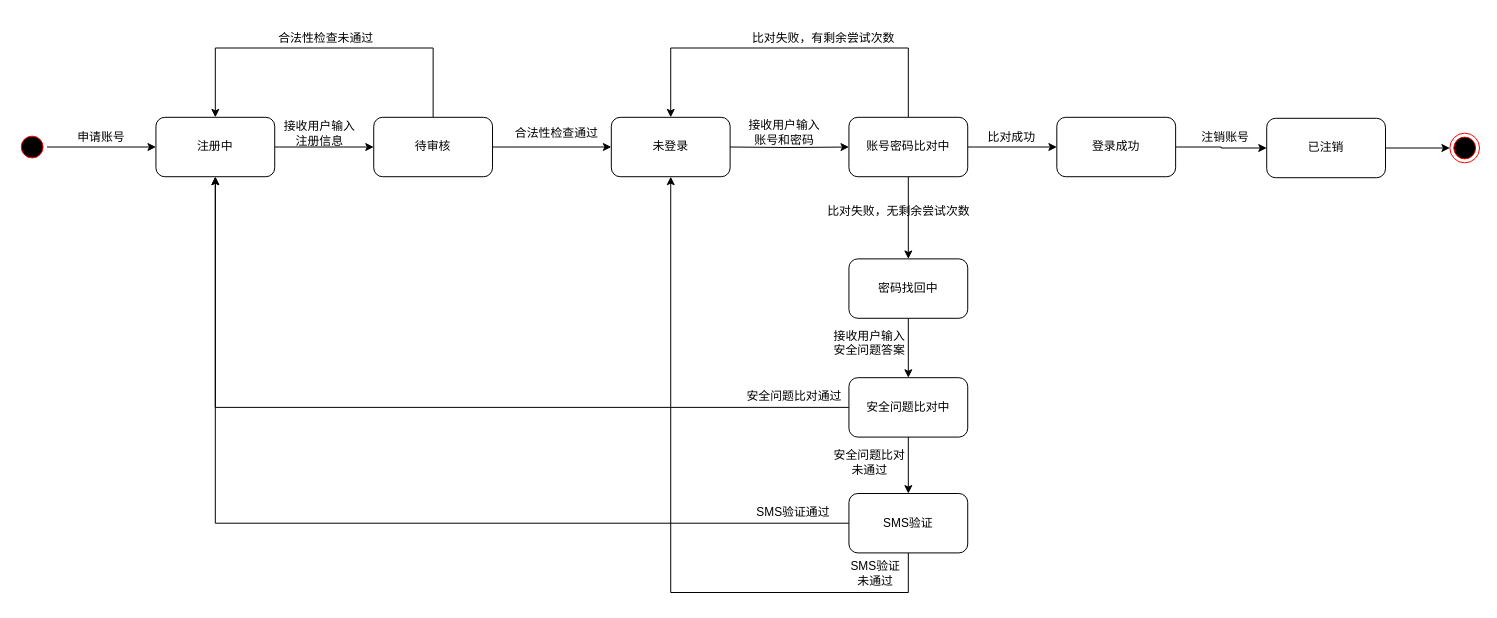
Above: Wallet状态图.drawio in PomeloLemon/SoftwareDiagrams (draw.io), before the change. Source tidied: cells renumbered, new cells numbered last; positions are measured from the earlier drawing's top-left corner, leaving out a move shared by most shapes. Both pictures are drawn from the tidied source at 99%, with x=0, y=0 at pixel (17, 23).
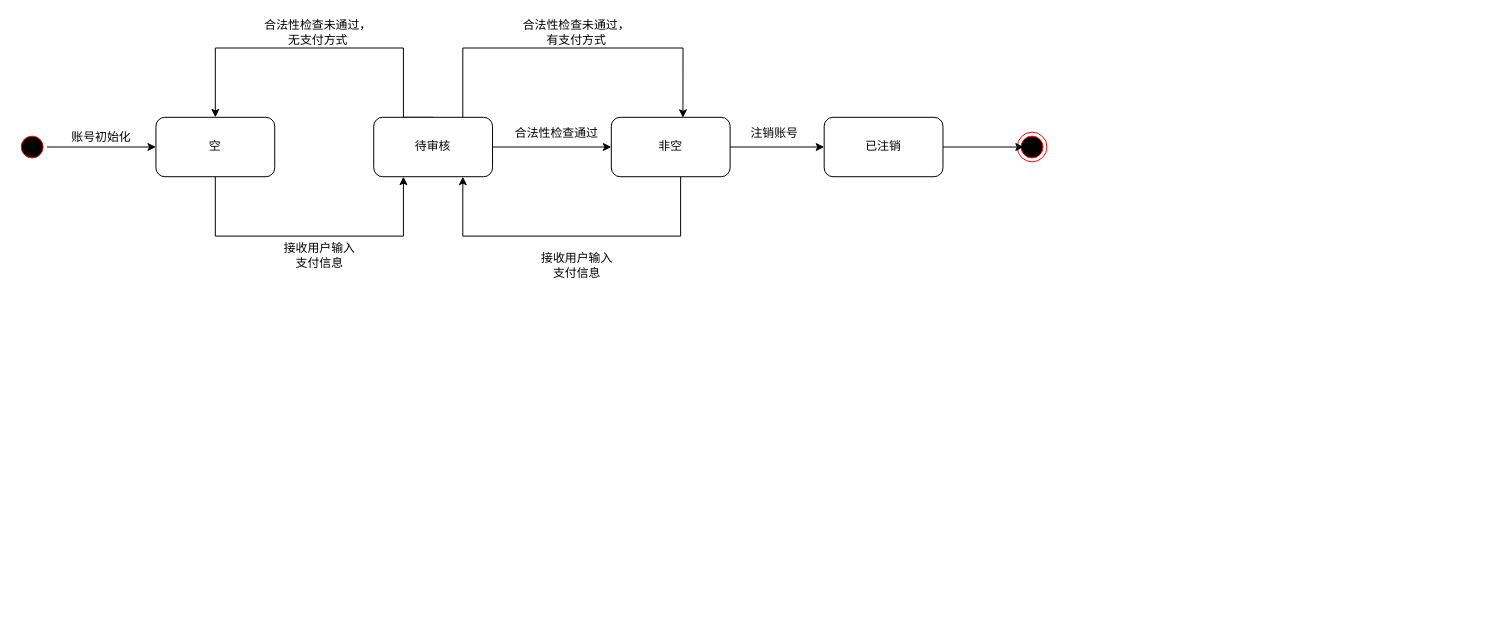
Above is the later version.

Commit message:
更新Wallet状态图.drawio

The change refers to these unchanged cells:
```xml
<mxCell id="9" value="待审核" style="rounded=1;whiteSpace=wrap;html=1;" parent="1" vertex="1">
  <mxGeometry x="360" y="95" width="120" height="60" as="geometry" />
</mxCell>
```

Change to the diagram source:
```diff
@@
-    <mxCell id="2" style="edgeStyle=orthogonalEdgeStyle;rounded=0;jettySize=auto;html=1;entryX=0;entryY=0.5;entryDx=0;entryDy=0;" parent="1" edge="1" source="3" target="9">
-      <mxGeometry relative="1" as="geometry" />
+    <mxCell id="2" style="edgeStyle=orthogonalEdgeStyle;rounded=0;jettySize=auto;html=1;entryX=0.25;entryY=1;entryDx=0;entryDy=0;" parent="1" edge="1" source="3" target="9">
+      <mxGeometry relative="1" as="geometry">
+        <Array as="points">
+          <mxPoint x="200" y="215" />
+          <mxPoint x="390" y="215" />
+        </Array>
+      </mxGeometry>
     </mxCell>
-    <mxCell id="3" value="注册中" style="rounded=1;whiteSpace=wrap;html=1;" parent="1" vertex="1">
+    <mxCell id="3" value="空" style="rounded=1;whiteSpace=wrap;html=1;" parent="1" vertex="1">
       <mxGeometry x="140" y="95" width="120" height="60" as="geometry" />
     </mxCell>
@@
-    <mxCell id="6" value="申请账号" style="text;html=1;strokeColor=none;fillColor=none;align=center;verticalAlign=middle;whiteSpace=wrap;rounded=0;" parent="1" vertex="1">
+    <mxCell id="6" value="账号初始化" style="text;html=1;strokeColor=none;fillColor=none;align=center;verticalAlign=middle;whiteSpace=wrap;rounded=0;" parent="1" vertex="1">
       <mxGeometry x="20" y="100" width="130" height="30" as="geometry" />
     </mxCell>
     <mxCell id="7" style="edgeStyle=orthogonalEdgeStyle;rounded=0;jettySize=auto;html=1;exitX=0.5;exitY=0;exitDx=0;exitDy=0;entryX=0.5;entryY=0;entryDx=0;entryDy=0;" parent="1" edge="1" source="9" target="3">
       <mxGeometry relative="1" as="geometry">
         <Array as="points">
-          <mxPoint x="420" y="25" />
+          <mxPoint x="390" y="95" />
+          <mxPoint x="390" y="25" />
           <mxPoint x="200" y="25" />
         </Array>
       </mxGeometry>
     </mxCell>
@@
-    <mxCell id="10" value="接收用户输入&lt;br&gt;注册信息" style="text;html=1;align=center;verticalAlign=middle;strokeColor=none;fillColor=none;" parent="1" vertex="1">
-      <mxGeometry x="255" y="91" width="100" height="40" as="geometry" />
+    <mxCell id="10" value="接收用户输入&lt;br&gt;支付信息" style="text;html=1;align=center;verticalAlign=middle;strokeColor=none;fillColor=none;" parent="1" vertex="1">
+      <mxGeometry x="255" y="215" width="100" height="40" as="geometry" />
     </mxCell>
+    <mxCell id="42" style="edgeStyle=orthogonalEdgeStyle;rounded=0;jettySize=auto;html=1;entryX=0.75;entryY=1;entryDx=0;entryDy=0;" parent="1" edge="1" source="11" target="9">
+      <mxGeometry relative="1" as="geometry">
+        <Array as="points">
+          <mxPoint x="670" y="215" />
+          <mxPoint x="450" y="215" />
+        </Array>
+      </mxGeometry>
+    </mxCell>
+    <mxCell id="43" style="edgeStyle=orthogonalEdgeStyle;rounded=0;jettySize=auto;html=1;entryX=0;entryY=0.5;entryDx=0;entryDy=0;" parent="1" edge="1" source="11" target="38">
+      <mxGeometry relative="1" as="geometry" />
+    </mxCell>
-    <mxCell id="11" value="未登录" style="rounded=1;whiteSpace=wrap;html=1;" parent="1" vertex="1">
+    <mxCell id="11" value="非空" style="rounded=1;whiteSpace=wrap;html=1;" parent="1" vertex="1">
       <mxGeometry x="600" y="95" width="120" height="60" as="geometry" />
     </mxCell>
@@
-    <mxCell id="13" style="edgeStyle=orthogonalEdgeStyle;rounded=0;jettySize=auto;html=1;" parent="1" edge="1" target="17">
-      <mxGeometry relative="1" as="geometry">
-        <mxPoint x="720" y="125" as="sourcePoint" />
-      </mxGeometry>
-    </mxCell>
-    <mxCell id="14" style="edgeStyle=orthogonalEdgeStyle;rounded=0;jettySize=auto;html=1;entryX=0;entryY=0.5;entryDx=0;entryDy=0;" parent="1" edge="1" source="17" target="19">
-      <mxGeometry relative="1" as="geometry" />
-    </mxCell>
-    <mxCell id="15" style="edgeStyle=orthogonalEdgeStyle;rounded=0;jettySize=auto;html=1;entryX=0.5;entryY=0;entryDx=0;entryDy=0;" parent="1" edge="1" source="17" target="11">
-      <mxGeometry relative="1" as="geometry">
-        <Array as="points">
-          <mxPoint x="900" y="25" />
-          <mxPoint x="660" y="25" />
-        </Array>
-      </mxGeometry>
-    </mxCell>
-    <mxCell id="16" style="edgeStyle=orthogonalEdgeStyle;rounded=0;jettySize=auto;html=1;entryX=0.5;entryY=0;entryDx=0;entryDy=0;" parent="1" edge="1" source="17" target="26">
-      <mxGeometry relative="1" as="geometry" />
-    </mxCell>
-    <mxCell id="17" value="账号密码比对中" style="rounded=1;whiteSpace=wrap;html=1;" parent="1" vertex="1">
-      <mxGeometry x="840" y="95" width="120" height="60" as="geometry" />
-    </mxCell>
-    <mxCell id="18" style="edgeStyle=orthogonalEdgeStyle;rounded=0;jettySize=auto;html=1;entryX=0;entryY=0.5;entryDx=0;entryDy=0;" parent="1" edge="1" source="19" target="38">
-      <mxGeometry relative="1" as="geometry" />
-    </mxCell>
-    <mxCell id="19" value="登录成功" style="rounded=1;whiteSpace=wrap;html=1;" parent="1" vertex="1">
-      <mxGeometry x="1050" y="95" width="120" height="60" as="geometry" />
-    </mxCell>
-    <mxCell id="20" value="比对成功" style="text;html=1;align=center;verticalAlign=middle;strokeColor=none;fillColor=none;" parent="1" vertex="1">
-      <mxGeometry x="969" y="100" width="70" height="30" as="geometry" />
-    </mxCell>
-    <mxCell id="21" value="接收用户输入&lt;br&gt;账号和密码" style="text;html=1;strokeColor=none;fillColor=none;align=center;verticalAlign=middle;whiteSpace=wrap;rounded=0;" parent="1" vertex="1">
-      <mxGeometry x="710" y="95" width="130" height="30" as="geometry" />
+    <mxCell id="21" value="注销账号" style="text;html=1;strokeColor=none;fillColor=none;align=center;verticalAlign=middle;whiteSpace=wrap;rounded=0;" parent="1" vertex="1">
+      <mxGeometry x="700" y="96" width="130" height="30" as="geometry" />
     </mxCell>
-    <mxCell id="22" value="合法性检查未通过" style="text;html=1;strokeColor=none;fillColor=none;align=center;verticalAlign=middle;whiteSpace=wrap;rounded=0;" parent="1" vertex="1">
-      <mxGeometry x="237" width="150" height="30" as="geometry" />
+    <mxCell id="22" value="合法性检查未通过，&lt;br&gt;无支付方式" style="text;html=1;strokeColor=none;fillColor=none;align=center;verticalAlign=middle;whiteSpace=wrap;rounded=0;" parent="1" vertex="1">
+      <mxGeometry x="229" y="-6" width="150" height="30" as="geometry" />
     </mxCell>
-    <mxCell id="23" value="比对失败，无剩余尝试次数" style="text;html=1;strokeColor=none;fillColor=none;align=center;verticalAlign=middle;whiteSpace=wrap;rounded=0;" parent="1" vertex="1">
-      <mxGeometry x="805.5" y="175" width="169" height="30" as="geometry" />
-    </mxCell>
-    <mxCell id="24" value="比对失败，有剩余尝试次数" style="text;html=1;strokeColor=none;fillColor=none;align=center;verticalAlign=middle;whiteSpace=wrap;rounded=0;" parent="1" vertex="1">
-      <mxGeometry x="730" width="169" height="30" as="geometry" />
-    </mxCell>
-    <mxCell id="25" style="edgeStyle=orthogonalEdgeStyle;rounded=0;jettySize=auto;html=1;" parent="1" edge="1" source="26" target="29">
-      <mxGeometry relative="1" as="geometry" />
-    </mxCell>
-    <mxCell id="26" value="密码找回中" style="rounded=1;whiteSpace=wrap;html=1;" parent="1" vertex="1">
-      <mxGeometry x="840" y="238" width="120" height="60" as="geometry" />
-    </mxCell>
-    <mxCell id="27" style="edgeStyle=orthogonalEdgeStyle;rounded=0;jettySize=auto;html=1;exitX=0;exitY=0.5;exitDx=0;exitDy=0;entryX=0.5;entryY=1;entryDx=0;entryDy=0;" parent="1" edge="1" source="29" target="3">
-      <mxGeometry relative="1" as="geometry" />
-    </mxCell>
-    <mxCell id="28" style="edgeStyle=orthogonalEdgeStyle;rounded=0;jettySize=auto;html=1;" parent="1" edge="1" source="29" target="34">
-      <mxGeometry relative="1" as="geometry" />
-    </mxCell>
-    <mxCell id="29" value="安全问题比对中" style="rounded=1;whiteSpace=wrap;html=1;" parent="1" vertex="1">
-      <mxGeometry x="840" y="358" width="120" height="60" as="geometry" />
-    </mxCell>
-    <mxCell id="30" value="接收用户输入&lt;br&gt;安全问题答案" style="text;html=1;strokeColor=none;fillColor=none;align=center;verticalAlign=middle;whiteSpace=wrap;rounded=0;" parent="1" vertex="1">
-      <mxGeometry x="815.5" y="308" width="90" height="30" as="geometry" />
-    </mxCell>
-    <mxCell id="31" value="安全问题比对通过" style="text;html=1;strokeColor=none;fillColor=none;align=center;verticalAlign=middle;whiteSpace=wrap;rounded=0;" parent="1" vertex="1">
-      <mxGeometry x="700" y="362" width="170" height="30" as="geometry" />
-    </mxCell>
-    <mxCell id="32" style="edgeStyle=orthogonalEdgeStyle;rounded=0;jettySize=auto;html=1;entryX=0.5;entryY=1;entryDx=0;entryDy=0;" parent="1" edge="1" source="34" target="3">
-      <mxGeometry relative="1" as="geometry" />
-    </mxCell>
-    <mxCell id="33" style="edgeStyle=orthogonalEdgeStyle;rounded=0;jettySize=auto;html=1;entryX=0.5;entryY=1;entryDx=0;entryDy=0;" parent="1" edge="1" source="34" target="11">
-      <mxGeometry relative="1" as="geometry">
-        <Array as="points">
-          <mxPoint x="900" y="575" />
-          <mxPoint x="660" y="575" />
-        </Array>
-      </mxGeometry>
-    </mxCell>
-    <mxCell id="34" value="SMS验证" style="rounded=1;whiteSpace=wrap;html=1;" parent="1" vertex="1">
-      <mxGeometry x="840" y="475" width="120" height="60" as="geometry" />
-    </mxCell>
-    <mxCell id="35" value="安全问题比对&lt;br&gt;未通过" style="text;html=1;strokeColor=none;fillColor=none;align=center;verticalAlign=middle;whiteSpace=wrap;rounded=0;" parent="1" vertex="1">
-      <mxGeometry x="775.5" y="429" width="170" height="30" as="geometry" />
-    </mxCell>
-    <mxCell id="36" value="SMS验证通过" style="text;html=1;strokeColor=none;fillColor=none;align=center;verticalAlign=middle;whiteSpace=wrap;rounded=0;" parent="1" vertex="1">
-      <mxGeometry x="699" y="479" width="170" height="30" as="geometry" />
-    </mxCell>
+    <mxCell id="40" style="ellipse;html=1;shape=endState;fillColor=#000000;strokeColor=#ff0000;" parent="1" vertex="1">
+      <mxGeometry x="1010" y="110" width="30" height="30" as="geometry" />
+    </mxCell>
+    <mxCell id="44" value="合法性检查未通过，&lt;br&gt;有支付方式" style="text;html=1;strokeColor=none;fillColor=none;align=center;verticalAlign=middle;whiteSpace=wrap;rounded=0;" parent="1" vertex="1">
+      <mxGeometry x="490" y="-6" width="150" height="30" as="geometry" />
+    </mxCell>
+    <mxCell id="45" style="edgeStyle=orthogonalEdgeStyle;rounded=0;jettySize=auto;html=1;exitX=0.75;exitY=0;exitDx=0;exitDy=0;entryX=0.603;entryY=0.007;entryDx=0;entryDy=0;entryPerimeter=0;" parent="1" edge="1" source="9" target="11">
+      <mxGeometry relative="1" as="geometry">
+        <Array as="points">
+          <mxPoint x="450" y="25" />
+          <mxPoint x="672" y="25" />
+        </Array>
+      </mxGeometry>
+    </mxCell>
+    <mxCell id="46" value="接收用户输入&lt;br&gt;支付信息" style="text;html=1;align=center;verticalAlign=middle;strokeColor=none;fillColor=none;" parent="1" vertex="1">
+      <mxGeometry x="515" y="225" width="100" height="40" as="geometry" />
+    </mxCell>
+    <mxCell id="38" value="已注销" style="rounded=1;whiteSpace=wrap;html=1;" parent="1" vertex="1">
+      <mxGeometry x="815" y="95" width="120" height="60" as="geometry" />
+    </mxCell>
-    <mxCell id="37" style="edgeStyle=orthogonalEdgeStyle;rounded=0;jettySize=auto;html=1;entryX=0;entryY=0.5;entryDx=0;entryDy=0;" parent="1" edge="1" source="38" target="40">
+    <mxCell id="37" style="edgeStyle=orthogonalEdgeStyle;rounded=0;jettySize=auto;html=1;entryX=0.22;entryY=0.5;entryDx=0;entryDy=0;entryPerimeter=0;" parent="1" edge="1" source="38" target="40">
       <mxGeometry relative="1" as="geometry" />
     </mxCell>
-    <mxCell id="38" value="已注销" style="rounded=1;whiteSpace=wrap;html=1;" parent="1" vertex="1">
-      <mxGeometry x="1262" y="96" width="120" height="60" as="geometry" />
-    </mxCell>
-    <mxCell id="39" value="注销账号" style="text;html=1;align=center;verticalAlign=middle;strokeColor=none;fillColor=none;" parent="1" vertex="1">
-      <mxGeometry x="1185" y="100" width="70" height="30" as="geometry" />
-    </mxCell>
-    <mxCell id="40" style="ellipse;html=1;shape=endState;fillColor=#000000;strokeColor=#ff0000;" parent="1" vertex="1">
-      <mxGeometry x="1447" y="111" width="30" height="30" as="geometry" />
-    </mxCell>
-    <mxCell id="41" value="SMS验证&lt;br&gt;未通过" style="text;html=1;strokeColor=none;fillColor=none;align=center;verticalAlign=middle;whiteSpace=wrap;rounded=0;" parent="1" vertex="1">
-      <mxGeometry x="781.5" y="541" width="170" height="30" as="geometry" />
-    </mxCell>
```
